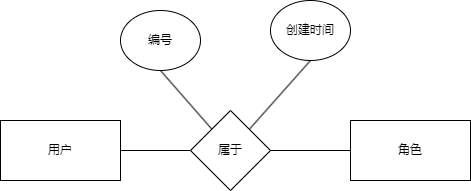
This is 第一章/用户管理ER图.drawio.png from JackeyTower/pic-work, a draw.io export, as it was before one commit. Source tidied: cells renumbered, new cells last; positions are measured from the earlier drawing's top-left corner, leaving out a move shared by most shapes. The source it was exported from:
```xml
<mxGraphModel>
  <root>
    <mxCell id="0" />
    <mxCell id="1" parent="0" />
    <mxCell id="2" value="用户" style="rounded=0;whiteSpace=wrap;html=1;" parent="1" vertex="1">
      <mxGeometry y="120" width="120" height="60" as="geometry" />
    </mxCell>
    <mxCell id="3" value="角色" style="rounded=0;whiteSpace=wrap;html=1;" parent="1" vertex="1">
      <mxGeometry x="350" y="120" width="120" height="60" as="geometry" />
    </mxCell>
    <mxCell id="4" style="rounded=0;jettySize=auto;html=1;entryX=0;entryY=0.5;entryDx=0;entryDy=0;endArrow=none;endFill=0;" parent="1" edge="1" source="8" target="3">
      <mxGeometry relative="1" as="geometry" />
    </mxCell>
    <mxCell id="5" style="rounded=0;jettySize=auto;html=1;entryX=0.5;entryY=1;entryDx=0;entryDy=0;endArrow=none;endFill=0;" parent="1" edge="1" source="8" target="9">
      <mxGeometry relative="1" as="geometry" />
    </mxCell>
    <mxCell id="6" style="rounded=0;jettySize=auto;html=1;entryX=0.5;entryY=1;entryDx=0;entryDy=0;endArrow=none;endFill=0;" parent="1" edge="1" source="8" target="10">
      <mxGeometry relative="1" as="geometry" />
    </mxCell>
    <mxCell id="7" style="rounded=0;jettySize=auto;html=1;endArrow=none;endFill=0;" parent="1" edge="1" source="8" target="2">
      <mxGeometry relative="1" as="geometry" />
    </mxCell>
    <mxCell id="8" value="属于" style="rhombus;whiteSpace=wrap;html=1;" parent="1" vertex="1">
      <mxGeometry x="190" y="110" width="80" height="80" as="geometry" />
    </mxCell>
    <mxCell id="9" value="编号" style="ellipse;whiteSpace=wrap;html=1;" parent="1" vertex="1">
      <mxGeometry x="120" y="10" width="80" height="60" as="geometry" />
    </mxCell>
    <mxCell id="10" value="创建时间" style="ellipse;whiteSpace=wrap;html=1;" parent="1" vertex="1">
      <mxGeometry x="270" width="80" height="60" as="geometry" />
    </mxCell>
  </root>
</mxGraphModel>
```
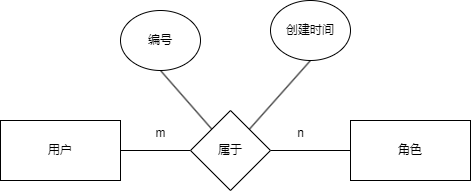
The same file after the commit.

Commit message:
更新用户管理ER图.drawio.png

What changed in the source:
```diff
@@ -29,5 +29,11 @@
     <mxCell id="10" value="创建时间" style="ellipse;whiteSpace=wrap;html=1;" parent="1" vertex="1">
       <mxGeometry x="270" width="80" height="60" as="geometry" />
     </mxCell>
+    <mxCell id="11" value="m" style="text;html=1;align=center;verticalAlign=middle;strokeColor=none;fillColor=none;" parent="1" vertex="1">
+      <mxGeometry x="145" y="118" width="30" height="30" as="geometry" />
+    </mxCell>
+    <mxCell id="12" value="n" style="text;html=1;align=center;verticalAlign=middle;strokeColor=none;fillColor=none;" parent="1" vertex="1">
+      <mxGeometry x="285" y="118" width="30" height="30" as="geometry" />
+    </mxCell>
   </root>
 </mxGraphModel>
```
